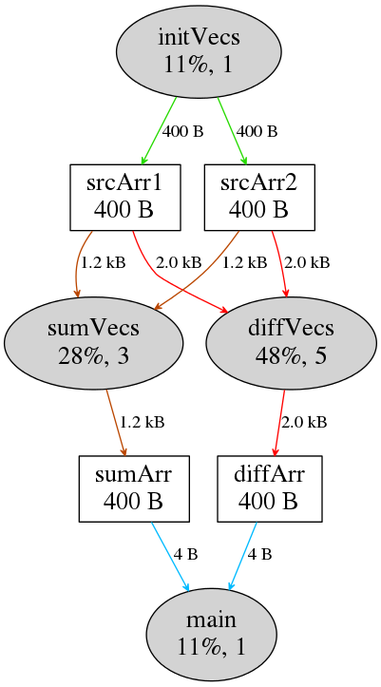
Before: doc/example/exampleGraph.png, a diagram exported from Graphviz (imranashraf/mcprof). Its source is kept beside it as doc/example/exampleGraph.dot.
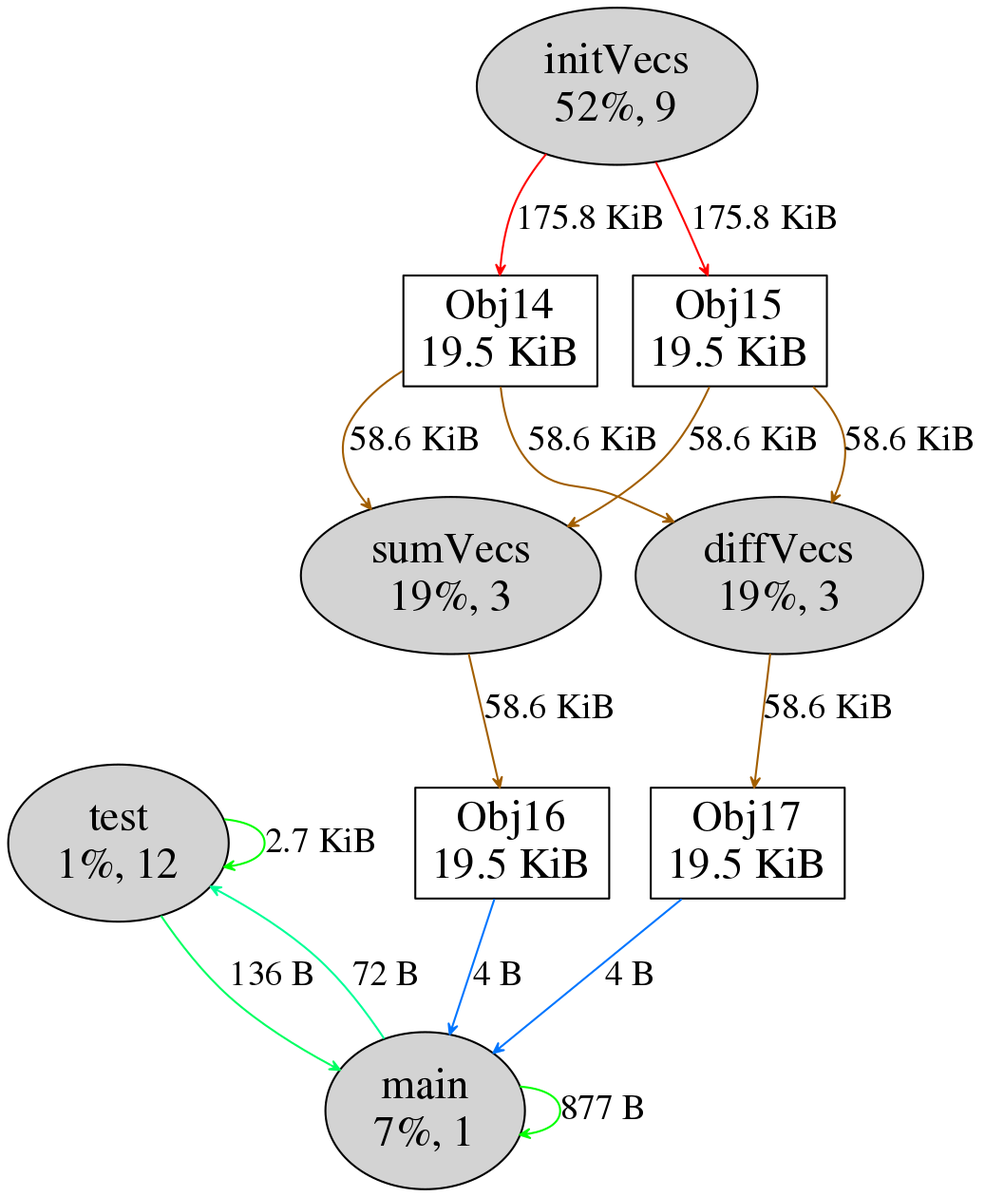
Above is the later version.

The edit, as a diff of the source:
```diff
@@ -1,22 +1,27 @@
 digraph {
 graph [];
-edge [fontsize=14, arrowhead=vee, arrowsize=0.5];
-"1" [label=" main \n11%, 1" fontcolor=black, style=filled, fontsize=20];
-"6" [label=" initVecs \n11%, 1" fontcolor=black, style=filled, fontsize=20];
-"7" [label=" sumVecs \n28%, 3" fontcolor=black, style=filled, fontsize=20];
-"8" [label=" diffVecs \n48%, 5" fontcolor=black, style=filled, fontsize=20];
-"2" [label=" srcArr1 \n400 B" fontcolor=black, shape=box, fontsize=20];
-"3" [label=" srcArr2 \n400 B" fontcolor=black, shape=box, fontsize=20];
-"4" [label=" sumArr \n400 B" fontcolor=black, shape=box, fontsize=20];
-"5" [label=" diffArr \n400 B" fontcolor=black, shape=box, fontsize=20];
-"2"->"7"[ label="1.2 kB" color = "#ba4600"]
-"2"->"8"[ label="2.0 kB" color = "#ff0100"]
-"3"->"7"[ label="1.2 kB" color = "#ba4600"]
-"3"->"8"[ label="2.0 kB" color = "#ff0100"]
-"4"->"1"[ label="4 B" color = "#00baff"]
-"5"->"1"[ label="4 B" color = "#00baff"]
-"6"->"2"[ label="400 B" color = "#26da00"]
-"6"->"3"[ label="400 B" color = "#26da00"]
-"7"->"4"[ label="1.2 kB" color = "#ba4600"]
-"8"->"5"[ label="2.0 kB" color = "#ff0100"]
+edge [fontsize=18, arrowhead=vee, arrowsize=0.5];
+"8" [label=" test \n1%, 12" fontcolor=black, style=filled, fontsize=22];
+"9" [label=" initVecs \n52%, 9" fontcolor=black, style=filled, fontsize=22];
+"10" [label=" sumVecs \n19%, 3" fontcolor=black, style=filled, fontsize=22];
+"11" [label=" diffVecs \n19%, 3" fontcolor=black, style=filled, fontsize=22];
+"13" [label=" main \n7%, 1" fontcolor=black, style=filled, fontsize=22];
+"14" [label=" Obj14 \n19.5 KiB" fontcolor=black, shape=box, fontsize=22];
+"15" [label=" Obj15 \n19.5 KiB" fontcolor=black, shape=box, fontsize=22];
+"16" [label=" Obj16 \n19.5 KiB" fontcolor=black, shape=box, fontsize=22];
+"17" [label=" Obj17 \n19.5 KiB" fontcolor=black, shape=box, fontsize=22];
+"8"->"8"[ label="2.7 KiB" color = "#00ff00"]
+"8"->"13"[ label="136 B" color = "#00ff61"]
+"9"->"14"[ label="175.8 KiB" color = "#ff0100"]
+"9"->"15"[ label="175.8 KiB" color = "#ff0100"]
+"10"->"16"[ label="58.6 KiB" color = "#a25e00"]
+"11"->"17"[ label="58.6 KiB" color = "#a25e00"]
+"13"->"8"[ label="72 B" color = "#00ff97"]
+"13"->"13"[ label="877 B" color = "#00ff00"]
+"14"->"10"[ label="58.6 KiB" color = "#a25e00"]
+"14"->"11"[ label="58.6 KiB" color = "#a25e00"]
+"15"->"10"[ label="58.6 KiB" color = "#a25e00"]
+"15"->"11"[ label="58.6 KiB" color = "#a25e00"]
+"16"->"13"[ label="4 B" color = "#0075ff"]
+"17"->"13"[ label="4 B" color = "#0075ff"]
 }
```
